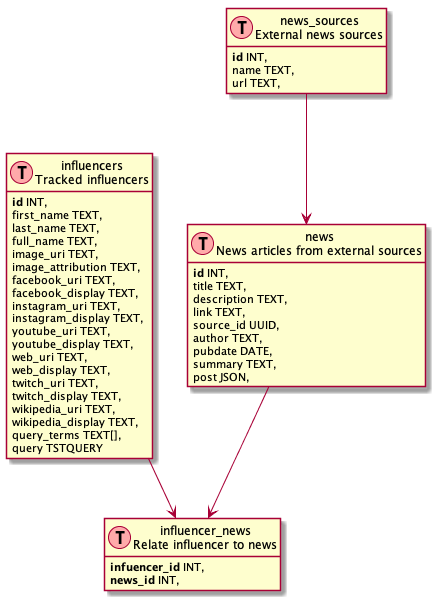
The PlantUML diagram docs/data-model.png in FoxShaunR/WhatInfluence, before a commit.
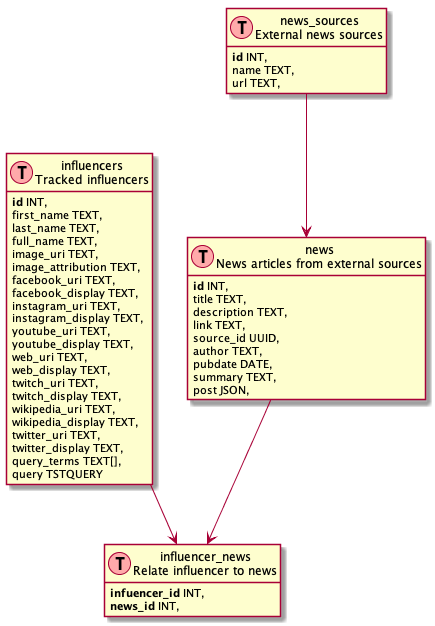
The same diagram one commit later.

Commit message:
Add twitter columns to influencers

Change to the diagram source:
```diff
@@ -39,6 +39,8 @@
   twitch_display TEXT,
   wikipedia_uri TEXT,
   wikipedia_display TEXT,
+  twitter_uri TEXT,
+  twitter_display TEXT,
   query_terms TEXT[],
   query TSTQUERY
 }
```
